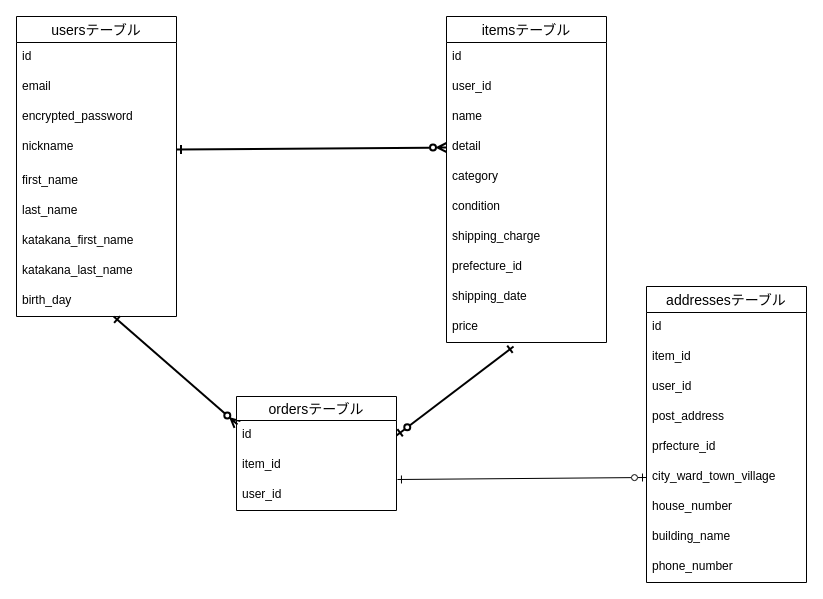
Before: db.dio in tjmax76/furima-38705, a draw.io diagram. Source tidied: cells renumbered, new cells numbered last; positions are measured from the earlier drawing's top-left corner, leaving out a move shared by most shapes. Both pictures are drawn from the tidied source at 100%, with x=0, y=0 at pixel (16, 16).
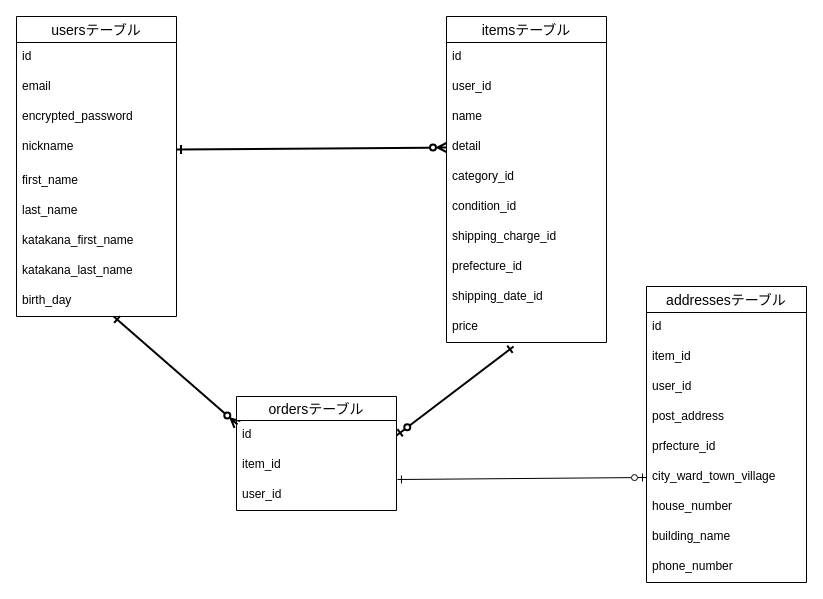
Above is the later version.

Commit message:
ER図のカラム名修正

The change refers to these unchanged cells:
```xml
<mxCell id="12" value="itemsテーブル" style="swimlane;fontStyle=0;horizontal=1;startSize=26;align=center;fontSize=14;" parent="1" vertex="1">
  <mxGeometry x="430" width="160" height="326" as="geometry" />
</mxCell>
```

The edit, as a diff of the source:
```diff
@@
-    <mxCell id="17" value="category" style="text;strokeColor=none;fillColor=none;spacingLeft=4;spacingRight=4;overflow=hidden;fontSize=12;" parent="12" vertex="1">
+    <mxCell id="17" value="category_id" style="text;strokeColor=none;fillColor=none;spacingLeft=4;spacingRight=4;overflow=hidden;fontSize=12;" parent="12" vertex="1">
       <mxGeometry y="146" width="160" height="30" as="geometry" />
     </mxCell>
-    <mxCell id="18" value="condition" style="text;strokeColor=none;fillColor=none;spacingLeft=4;spacingRight=4;overflow=hidden;fontSize=12;" parent="12" vertex="1">
+    <mxCell id="18" value="condition_id" style="text;strokeColor=none;fillColor=none;spacingLeft=4;spacingRight=4;overflow=hidden;fontSize=12;" parent="12" vertex="1">
       <mxGeometry y="176" width="160" height="30" as="geometry" />
     </mxCell>
-    <mxCell id="19" value="shipping_charge" style="text;strokeColor=none;fillColor=none;spacingLeft=4;spacingRight=4;overflow=hidden;fontSize=12;" parent="12" vertex="1">
+    <mxCell id="19" value="shipping_charge_id" style="text;strokeColor=none;fillColor=none;spacingLeft=4;spacingRight=4;overflow=hidden;fontSize=12;" parent="12" vertex="1">
       <mxGeometry y="206" width="160" height="30" as="geometry" />
     </mxCell>
@@
-    <mxCell id="21" value="shipping_date" style="text;strokeColor=none;fillColor=none;spacingLeft=4;spacingRight=4;overflow=hidden;fontSize=12;" parent="12" vertex="1">
+    <mxCell id="21" value="shipping_date_id" style="text;strokeColor=none;fillColor=none;spacingLeft=4;spacingRight=4;overflow=hidden;fontSize=12;" parent="12" vertex="1">
       <mxGeometry y="266" width="160" height="30" as="geometry" />
     </mxCell>
```
